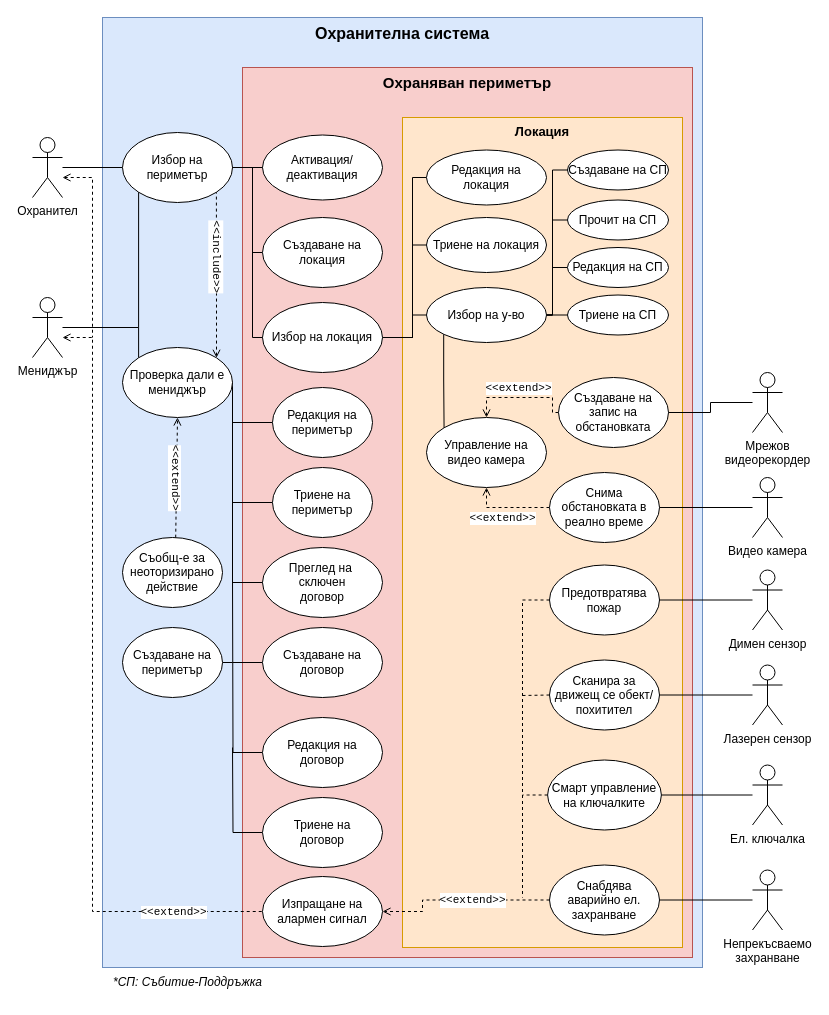
The draw.io diagram 2usecase.drawio in IsmailSalehCode/UML-course-work, before the edit. Source tidied: cells renumbered, new cells numbered last; positions are measured from the earlier drawing's top-left corner, leaving out a move shared by most shapes. Both pictures are drawn from the tidied source at 100%, with x=0, y=0 at pixel (32, 17).
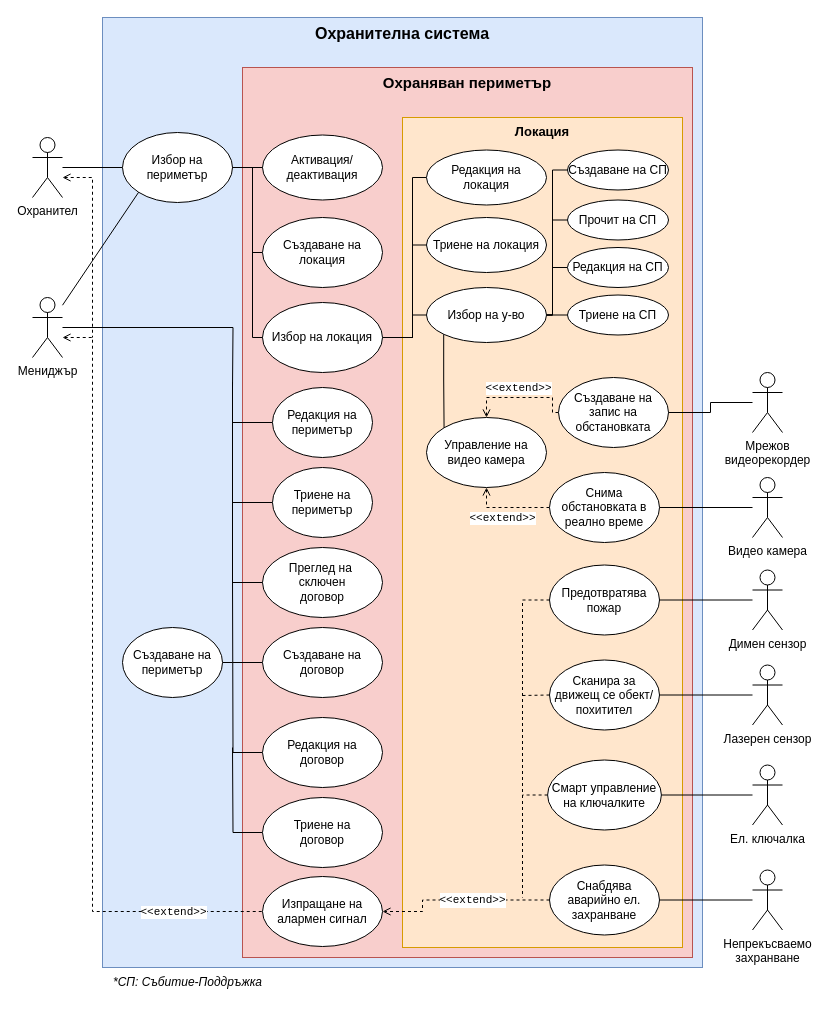
Above is the later version.

The change refers to these unchanged cells:
```xml
<mxCell id="6" value="Избор на периметър" style="ellipse;whiteSpace=wrap;html=1;" parent="1" vertex="1">
  <mxGeometry x="90" y="115" width="110" height="70" as="geometry" />
</mxCell>
<mxCell id="11" value="Мениджър" style="shape=umlActor;verticalLabelPosition=bottom;verticalAlign=top;html=1;outlineConnect=0;" parent="1" vertex="1">
  <mxGeometry y="280" width="30" height="60" as="geometry" />
</mxCell>
<mxCell id="53" value="Преглед на&amp;nbsp;&lt;div&gt;сключен&lt;div&gt;договор&lt;/div&gt;&lt;/div&gt;" style="ellipse;whiteSpace=wrap;html=1;" parent="1" vertex="1">
  <mxGeometry x="230" y="530" width="120" height="70" as="geometry" />
</mxCell>
<mxCell id="66" value="Редакция на периметър" style="ellipse;whiteSpace=wrap;html=1;" parent="1" vertex="1">
  <mxGeometry x="240" y="370" width="100" height="70" as="geometry" />
</mxCell>
<mxCell id="67" value="Триене на периметър" style="ellipse;whiteSpace=wrap;html=1;" parent="1" vertex="1">
  <mxGeometry x="240" y="450" width="100" height="70" as="geometry" />
</mxCell>
```

Change to the diagram source:
```diff
@@
-    <mxCell id="10" style="edgeStyle=orthogonalEdgeStyle;rounded=0;jettySize=auto;html=1;entryX=0;entryY=1;entryDx=0;entryDy=0;endArrow=none;endFill=0;" parent="1" edge="1" source="11" target="6">
+    <mxCell id="10" style="rounded=0;jettySize=auto;html=1;entryX=0;entryY=1;entryDx=0;entryDy=0;endArrow=none;endFill=0;" parent="1" edge="1" source="11" target="6">
       <mxGeometry relative="1" as="geometry" />
     </mxCell>
+    <mxCell id="85" style="edgeStyle=orthogonalEdgeStyle;rounded=0;jettySize=auto;html=1;endArrow=none;endFill=0;" parent="1" edge="1" source="11">
+      <mxGeometry relative="1" as="geometry">
+        <mxPoint x="200" y="370" as="targetPoint" />
+      </mxGeometry>
+    </mxCell>
@@
-    <mxCell id="54" style="edgeStyle=orthogonalEdgeStyle;rounded=0;jettySize=auto;html=1;entryX=1;entryY=1;entryDx=0;entryDy=0;dashed=1;endArrow=none;endFill=0;startArrow=open;startFill=0;" parent="1" edge="1" source="60" target="6">
-      <mxGeometry relative="1" as="geometry">
-        <Array as="points">
-          <mxPoint x="184" y="290" />
-          <mxPoint x="184" y="290" />
-        </Array>
-      </mxGeometry>
-    </mxCell>
-    <mxCell id="55" value="&lt;font face=&quot;Courier New&quot;&gt;&amp;lt;&amp;lt;include&amp;gt;&amp;gt;&lt;/font&gt;" style="edgeLabel;html=1;align=center;verticalAlign=middle;rotation=90;" parent="54" vertex="1">
-      <mxGeometry x="0.22" y="-1" relative="1" as="geometry" />
-    </mxCell>
-    <mxCell id="56" style="edgeStyle=orthogonalEdgeStyle;rounded=0;jettySize=auto;html=1;entryX=0;entryY=0.5;entryDx=0;entryDy=0;endArrow=none;endFill=0;" parent="1" edge="1" source="60" target="53">
+    <mxCell id="56" style="edgeStyle=orthogonalEdgeStyle;rounded=0;jettySize=auto;html=1;entryX=0;entryY=0.5;entryDx=0;entryDy=0;endArrow=none;endFill=0;" parent="1" edge="1" target="53">
       <mxGeometry relative="1" as="geometry">
+        <mxPoint x="200" y="365" as="sourcePoint" />
         <Array as="points">
           <mxPoint x="200" y="565" />
         </Array>
       </mxGeometry>
     </mxCell>
-    <mxCell id="57" style="edgeStyle=orthogonalEdgeStyle;rounded=0;jettySize=auto;html=1;entryX=0;entryY=0.5;entryDx=0;entryDy=0;endArrow=none;endFill=0;" parent="1" edge="1" source="60" target="66">
+    <mxCell id="57" style="edgeStyle=orthogonalEdgeStyle;rounded=0;jettySize=auto;html=1;entryX=0;entryY=0.5;entryDx=0;entryDy=0;endArrow=none;endFill=0;" parent="1" edge="1" target="66">
       <mxGeometry relative="1" as="geometry">
+        <mxPoint x="200" y="365" as="sourcePoint" />
         <Array as="points">
           <mxPoint x="200" y="405" />
         </Array>
       </mxGeometry>
     </mxCell>
-    <mxCell id="58" style="edgeStyle=orthogonalEdgeStyle;rounded=0;jettySize=auto;html=1;entryX=0;entryY=0.5;entryDx=0;entryDy=0;endArrow=none;endFill=0;" parent="1" edge="1" source="60" target="67">
+    <mxCell id="58" style="edgeStyle=orthogonalEdgeStyle;rounded=0;jettySize=auto;html=1;entryX=0;entryY=0.5;entryDx=0;entryDy=0;endArrow=none;endFill=0;" parent="1" edge="1" target="67">
       <mxGeometry relative="1" as="geometry">
+        <mxPoint x="200" y="365" as="sourcePoint" />
         <Array as="points">
           <mxPoint x="200" y="485" />
         </Array>
       </mxGeometry>
     </mxCell>
-    <mxCell id="59" style="edgeStyle=orthogonalEdgeStyle;rounded=0;jettySize=auto;html=1;exitX=0;exitY=0;exitDx=0;exitDy=0;endArrow=none;endFill=0;" parent="1" edge="1" source="60">
-      <mxGeometry relative="1" as="geometry">
-        <mxPoint x="106.1" y="310" as="targetPoint" />
-      </mxGeometry>
-    </mxCell>
-    <mxCell id="60" value="Проверка дали е мениджър" style="ellipse;whiteSpace=wrap;html=1;" parent="1" vertex="1">
-      <mxGeometry x="90" y="330" width="110" height="70" as="geometry" />
-    </mxCell>
-    <mxCell id="61" style="rounded=0;jettySize=auto;html=1;entryX=0.5;entryY=1;entryDx=0;entryDy=0;endArrow=open;endFill=0;dashed=1;exitX=0.532;exitY=0.002;exitDx=0;exitDy=0;exitPerimeter=0;" parent="1" edge="1" source="63" target="60">
-      <mxGeometry relative="1" as="geometry" />
-    </mxCell>
-    <mxCell id="62" value="&amp;lt;&amp;lt;extend&amp;gt;&amp;gt;" style="edgeLabel;html=1;align=center;verticalAlign=middle;fontFamily=Courier New;rotation=90;" parent="61" vertex="1">
-      <mxGeometry x="-0.23" y="1" relative="1" as="geometry">
-        <mxPoint x="1" y="-14" as="offset" />
-      </mxGeometry>
-    </mxCell>
-    <mxCell id="63" value="Съобщ-е за неоторизирано действие" style="ellipse;whiteSpace=wrap;html=1;" parent="1" vertex="1">
-      <mxGeometry x="90" y="520" width="100" height="70" as="geometry" />
-    </mxCell>
```
